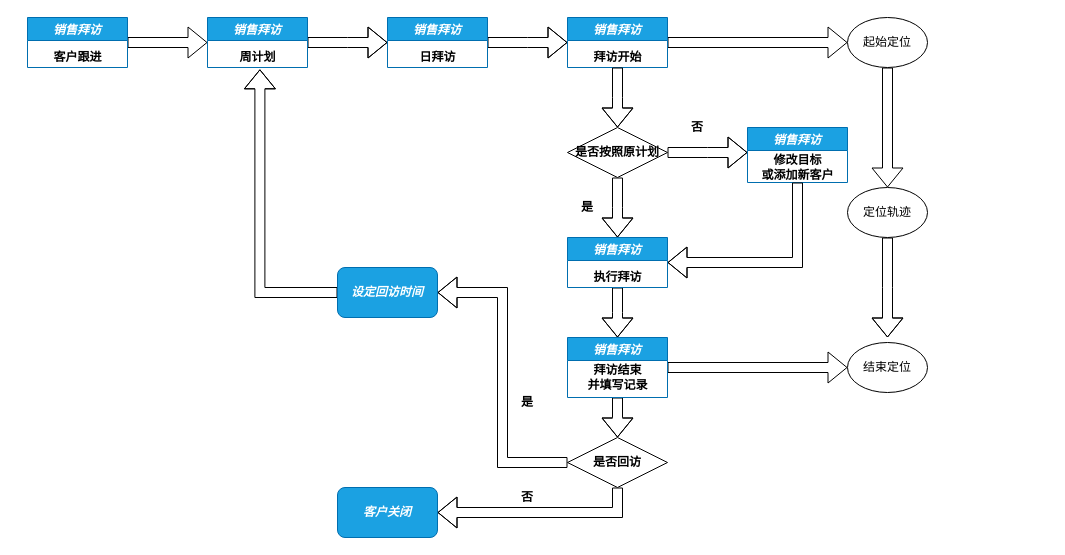
rosickyli/Oracle_function keeps this draw.io diagram as page "销售拜访" (3 of 3) of Untitled Diagram.drawio. Above is the earlier version. Source tidied: cells renumbered, new cells numbered last; positions are measured from the earlier drawing's top-left corner, leaving out a move shared by most shapes. Both pictures are drawn from the tidied source at 100%, with x=0, y=0 at pixel (27, 17).
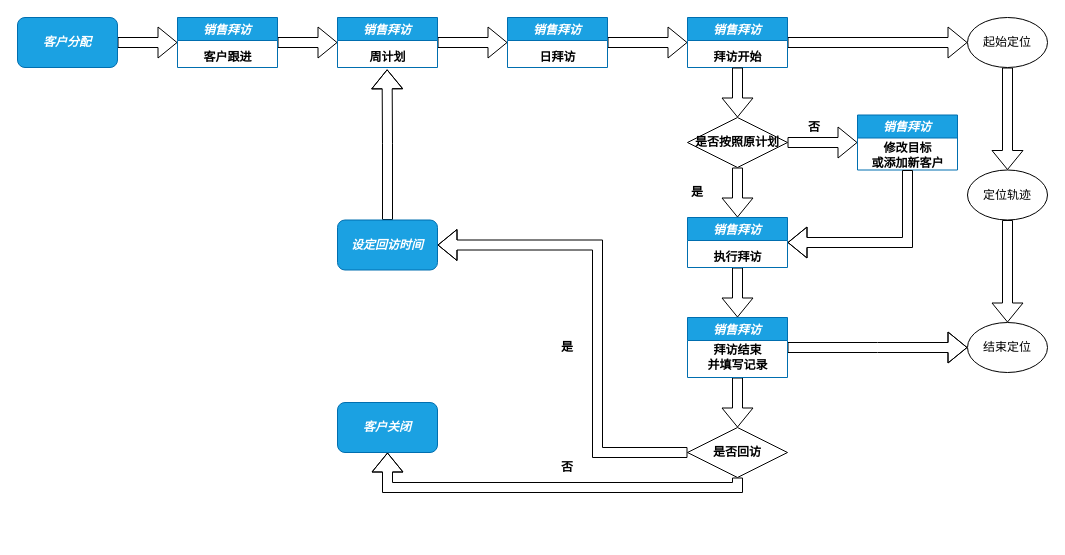
After the change.

Unchanged cells that the change refers to:
```xml
<mxCell id="10" value="&lt;span style=&quot;font-weight: 700&quot;&gt;拜访开始&lt;/span&gt;" style="text;html=1;align=center;verticalAlign=middle;points=[];strokeColor=none;fillColor=none;" parent="9" vertex="1">
  <mxGeometry x="20" y="30" width="60" height="20" as="geometry" />
</mxCell>
<mxCell id="16" value="&lt;b&gt;周计划&lt;/b&gt;" style="text;html=1;align=center;verticalAlign=middle;points=[];strokeColor=none;fillColor=none;" parent="15" vertex="1">
  <mxGeometry x="25" y="30" width="50" height="20" as="geometry" />
</mxCell>
<mxCell id="37" value="&lt;span style=&quot;font-weight: 700&quot;&gt;修改目标&lt;br&gt;或添加新客户&lt;br&gt;&lt;/span&gt;" style="text;html=1;align=center;verticalAlign=middle;points=[];strokeColor=none;fillColor=none;" parent="36" vertex="1">
  <mxGeometry x="5" y="25" width="90" height="30" as="geometry" />
</mxCell>
```

Change to the diagram source:
```diff
@@
     <mxCell id="3" value="销售拜访" style="swimlane;fontStyle=3;fillColor=#1ba1e2;strokeColor=#006EAF;fontColor=#ffffff;" parent="1" vertex="1">
-      <mxGeometry width="100" height="50" as="geometry" />
+      <mxGeometry x="150" width="100" height="50" as="geometry" />
     </mxCell>
@@
-    <mxCell id="5" style="edgeStyle=orthogonalEdgeStyle;shape=flexArrow;rounded=0;jettySize=auto;html=1;" parent="1" edge="1" source="6">
-      <mxGeometry relative="1" as="geometry">
-        <mxPoint x="540" y="25" as="targetPoint" />
-      </mxGeometry>
+    <mxCell id="5" style="edgeStyle=orthogonalEdgeStyle;shape=flexArrow;rounded=0;jettySize=auto;html=1;entryX=0;entryY=0.5;entryDx=0;entryDy=0;" parent="1" edge="1" source="6" target="9">
+      <mxGeometry relative="1" as="geometry" />
     </mxCell>
     <mxCell id="6" value="销售拜访" style="swimlane;fontStyle=3;fillColor=#1ba1e2;strokeColor=#006EAF;fontColor=#ffffff;" parent="1" vertex="1">
-      <mxGeometry x="360" width="100" height="50" as="geometry" />
+      <mxGeometry x="480" width="100" height="50" as="geometry" />
     </mxCell>
@@
     <mxCell id="9" value="销售拜访" style="swimlane;fontStyle=3;fillColor=#1ba1e2;strokeColor=#006EAF;fontColor=#ffffff;" parent="1" vertex="1">
-      <mxGeometry x="540" width="100" height="50" as="geometry" />
+      <mxGeometry x="660" width="100" height="50" as="geometry" />
     </mxCell>
@@
-    <mxCell id="11" style="edgeStyle=orthogonalEdgeStyle;shape=flexArrow;rounded=0;jettySize=auto;html=1;" parent="1" edge="1" source="12">
-      <mxGeometry relative="1" as="geometry">
-        <mxPoint x="590" y="320" as="targetPoint" />
-      </mxGeometry>
+    <mxCell id="11" style="edgeStyle=orthogonalEdgeStyle;shape=flexArrow;rounded=0;jettySize=auto;html=1;entryX=0.5;entryY=0;entryDx=0;entryDy=0;" parent="1" edge="1" source="12" target="24">
+      <mxGeometry relative="1" as="geometry" />
     </mxCell>
     <mxCell id="12" value="销售拜访" style="swimlane;fontStyle=3;fillColor=#1ba1e2;strokeColor=#006EAF;fontColor=#ffffff;" parent="1" vertex="1">
-      <mxGeometry x="540" y="220" width="100" height="50" as="geometry" />
+      <mxGeometry x="660" y="200" width="100" height="50" as="geometry" />
     </mxCell>
@@
-    <mxCell id="14" style="edgeStyle=orthogonalEdgeStyle;shape=flexArrow;rounded=0;jettySize=auto;html=1;" parent="1" edge="1" source="15">
-      <mxGeometry relative="1" as="geometry">
-        <mxPoint x="360" y="25" as="targetPoint" />
-      </mxGeometry>
+    <mxCell id="14" style="edgeStyle=orthogonalEdgeStyle;shape=flexArrow;rounded=0;jettySize=auto;html=1;entryX=0;entryY=0.5;entryDx=0;entryDy=0;" parent="1" edge="1" source="15" target="6">
+      <mxGeometry relative="1" as="geometry" />
     </mxCell>
     <mxCell id="15" value="销售拜访" style="swimlane;fontStyle=3;fillColor=#1ba1e2;strokeColor=#006EAF;fontColor=#ffffff;" parent="1" vertex="1">
-      <mxGeometry x="180" width="100" height="50" as="geometry" />
+      <mxGeometry x="310" width="100" height="50" as="geometry" />
     </mxCell>
@@
-    <mxCell id="17" style="edgeStyle=orthogonalEdgeStyle;shape=flexArrow;rounded=0;jettySize=auto;html=1;" parent="1" edge="1" source="19">
-      <mxGeometry relative="1" as="geometry">
-        <mxPoint x="590" y="220" as="targetPoint" />
-      </mxGeometry>
-    </mxCell>
-    <mxCell id="18" style="edgeStyle=orthogonalEdgeStyle;shape=flexArrow;rounded=0;jettySize=auto;html=1;" parent="1" edge="1" source="19">
-      <mxGeometry relative="1" as="geometry">
-        <mxPoint x="720" y="135" as="targetPoint" />
-      </mxGeometry>
+    <mxCell id="18" style="edgeStyle=orthogonalEdgeStyle;shape=flexArrow;rounded=0;jettySize=auto;html=1;entryX=0;entryY=0.5;entryDx=0;entryDy=0;" parent="1" edge="1" source="19" target="36">
+      <mxGeometry relative="1" as="geometry" />
     </mxCell>
+    <mxCell id="43" style="edgeStyle=orthogonalEdgeStyle;shape=flexArrow;rounded=0;jettySize=auto;html=1;entryX=0.5;entryY=0;entryDx=0;entryDy=0;" parent="1" edge="1" source="19" target="12">
+      <mxGeometry relative="1" as="geometry" />
+    </mxCell>
     <mxCell id="19" value="&lt;b&gt;是否按照原计划&lt;/b&gt;" style="rhombus;whiteSpace=wrap;html=1;" parent="1" vertex="1">
-      <mxGeometry x="540" y="110" width="100" height="50" as="geometry" />
+      <mxGeometry x="660" y="100" width="100" height="50" as="geometry" />
     </mxCell>
-    <mxCell id="20" style="edgeStyle=orthogonalEdgeStyle;shape=flexArrow;rounded=0;jettySize=auto;html=1;" parent="1" edge="1" source="10">
-      <mxGeometry relative="1" as="geometry">
-        <mxPoint x="590" y="110" as="targetPoint" />
-      </mxGeometry>
+    <mxCell id="20" style="edgeStyle=orthogonalEdgeStyle;shape=flexArrow;rounded=0;jettySize=auto;html=1;entryX=0.5;entryY=0;entryDx=0;entryDy=0;" parent="1" edge="1" source="10" target="19">
+      <mxGeometry relative="1" as="geometry" />
     </mxCell>
     <mxCell id="21" value="&lt;b&gt;是&lt;/b&gt;" style="text;html=1;strokeColor=none;fillColor=none;align=center;verticalAlign=middle;whiteSpace=wrap;rounded=0;" parent="1" vertex="1">
-      <mxGeometry x="540" y="180" width="40" height="20" as="geometry" />
+      <mxGeometry x="650" y="165" width="40" height="20" as="geometry" />
     </mxCell>
-    <mxCell id="22" style="edgeStyle=orthogonalEdgeStyle;shape=flexArrow;rounded=0;jettySize=auto;html=1;" parent="1" edge="1" source="24" target="28">
-      <mxGeometry relative="1" as="geometry" />
+    <mxCell id="22" style="edgeStyle=orthogonalEdgeStyle;shape=flexArrow;rounded=0;jettySize=auto;html=1;exitX=1;exitY=0.5;exitDx=0;exitDy=0;entryX=0;entryY=0.5;entryDx=0;entryDy=0;" parent="1" edge="1" source="24" target="28">
+      <mxGeometry relative="1" as="geometry">
+        <Array as="points">
+          <mxPoint x="850" y="330" />
+          <mxPoint x="850" y="330" />
+        </Array>
+      </mxGeometry>
     </mxCell>
-    <mxCell id="23" style="edgeStyle=orthogonalEdgeStyle;shape=flexArrow;rounded=0;jettySize=auto;html=1;" parent="1" edge="1" source="24">
-      <mxGeometry relative="1" as="geometry">
-        <mxPoint x="590" y="420" as="targetPoint" />
-      </mxGeometry>
+    <mxCell id="23" style="edgeStyle=orthogonalEdgeStyle;shape=flexArrow;rounded=0;jettySize=auto;html=1;entryX=0.5;entryY=0;entryDx=0;entryDy=0;" parent="1" edge="1" source="24" target="31">
+      <mxGeometry relative="1" as="geometry" />
     </mxCell>
     <mxCell id="24" value="销售拜访" style="swimlane;fontStyle=3;fillColor=#1ba1e2;strokeColor=#006EAF;fontColor=#ffffff;startSize=23;" parent="1" vertex="1">
-      <mxGeometry x="540" y="320" width="100" height="60" as="geometry" />
+      <mxGeometry x="660" y="300" width="100" height="60" as="geometry" />
     </mxCell>
@@
     <mxCell id="27" value="起始定位" style="ellipse;whiteSpace=wrap;html=1;" parent="1" vertex="1">
-      <mxGeometry x="820" width="80" height="50" as="geometry" />
+      <mxGeometry x="940" width="80" height="50" as="geometry" />
     </mxCell>
     <mxCell id="28" value="结束定位" style="ellipse;whiteSpace=wrap;html=1;" parent="1" vertex="1">
-      <mxGeometry x="820" y="325" width="80" height="50" as="geometry" />
+      <mxGeometry x="940" y="305" width="80" height="50" as="geometry" />
     </mxCell>
     <mxCell id="29" style="edgeStyle=orthogonalEdgeStyle;shape=flexArrow;rounded=0;jettySize=auto;html=1;entryX=1;entryY=0.5;entryDx=0;entryDy=0;" parent="1" edge="1" source="31" target="33">
-      <mxGeometry relative="1" as="geometry" />
+      <mxGeometry relative="1" as="geometry">
+        <Array as="points">
+          <mxPoint x="570" y="435" />
+          <mxPoint x="570" y="228" />
+        </Array>
+      </mxGeometry>
     </mxCell>
-    <mxCell id="30" style="edgeStyle=orthogonalEdgeStyle;shape=flexArrow;rounded=0;jettySize=auto;html=1;entryX=1;entryY=0.5;entryDx=0;entryDy=0;" parent="1" edge="1" source="31" target="34">
+    <mxCell id="30" style="edgeStyle=orthogonalEdgeStyle;shape=flexArrow;rounded=0;jettySize=auto;html=1;entryX=0.5;entryY=1;entryDx=0;entryDy=0;" parent="1" edge="1" source="31" target="34">
       <mxGeometry relative="1" as="geometry">
         <Array as="points">
-          <mxPoint x="590" y="495" />
+          <mxPoint x="710" y="470" />
+          <mxPoint x="360" y="470" />
         </Array>
       </mxGeometry>
     </mxCell>
     <mxCell id="31" value="&lt;b&gt;是否回访&lt;/b&gt;" style="rhombus;whiteSpace=wrap;html=1;" parent="1" vertex="1">
-      <mxGeometry x="540" y="420" width="100" height="50" as="geometry" />
+      <mxGeometry x="660" y="410" width="100" height="50" as="geometry" />
     </mxCell>
-    <mxCell id="32" style="edgeStyle=orthogonalEdgeStyle;shape=flexArrow;rounded=0;jettySize=auto;html=1;entryX=0.548;entryY=1.09;entryDx=0;entryDy=0;entryPerimeter=0;" parent="1" edge="1" source="33" target="16">
+    <mxCell id="32" style="edgeStyle=orthogonalEdgeStyle;shape=flexArrow;rounded=0;jettySize=auto;html=1;entryX=0.492;entryY=1.09;entryDx=0;entryDy=0;entryPerimeter=0;" parent="1" edge="1" source="33" target="16">
       <mxGeometry relative="1" as="geometry" />
     </mxCell>
     <mxCell id="33" value="设定回访时间" style="rounded=1;whiteSpace=wrap;html=1;fontColor=#ffffff;fillColor=#1ba1e2;strokeColor=#006EAF;fontStyle=3;" parent="1" vertex="1">
-      <mxGeometry x="310" y="250" width="100" height="50" as="geometry" />
+      <mxGeometry x="310" y="202.5" width="100" height="50" as="geometry" />
     </mxCell>
     <mxCell id="34" value="客户关闭" style="rounded=1;whiteSpace=wrap;html=1;fontColor=#ffffff;fillColor=#1ba1e2;strokeColor=#006EAF;fontStyle=3;" parent="1" vertex="1">
-      <mxGeometry x="310" y="470" width="100" height="50" as="geometry" />
+      <mxGeometry x="310" y="385" width="100" height="50" as="geometry" />
     </mxCell>
     <mxCell id="35" value="&lt;b&gt;是&lt;/b&gt;" style="text;html=1;strokeColor=none;fillColor=none;align=center;verticalAlign=middle;whiteSpace=wrap;rounded=0;" parent="1" vertex="1">
-      <mxGeometry x="480" y="375" width="40" height="20" as="geometry" />
+      <mxGeometry x="520" y="320" width="40" height="20" as="geometry" />
     </mxCell>
     <mxCell id="36" value="销售拜访" style="swimlane;fontStyle=3;fillColor=#1ba1e2;strokeColor=#006EAF;fontColor=#ffffff;" parent="1" vertex="1">
-      <mxGeometry x="720" y="110" width="100" height="55" as="geometry" />
+      <mxGeometry x="830" y="97.5" width="100" height="55" as="geometry" />
     </mxCell>
@@
     <mxCell id="38" value="&lt;b&gt;否&lt;/b&gt;" style="text;html=1;strokeColor=none;fillColor=none;align=center;verticalAlign=middle;whiteSpace=wrap;rounded=0;" parent="1" vertex="1">
-      <mxGeometry x="650" y="100" width="40" height="20" as="geometry" />
+      <mxGeometry x="767" y="100" width="40" height="20" as="geometry" />
     </mxCell>
     <mxCell id="39" value="&lt;b&gt;否&lt;/b&gt;" style="text;html=1;strokeColor=none;fillColor=none;align=center;verticalAlign=middle;whiteSpace=wrap;rounded=0;" parent="1" vertex="1">
-      <mxGeometry x="480" y="470" width="40" height="20" as="geometry" />
+      <mxGeometry x="520" y="440" width="40" height="20" as="geometry" />
     </mxCell>
-    <mxCell id="40" style="edgeStyle=orthogonalEdgeStyle;shape=flexArrow;rounded=0;jettySize=auto;html=1;" parent="1" edge="1" source="41">
-      <mxGeometry relative="1" as="geometry">
-        <mxPoint x="860" y="320" as="targetPoint" />
-      </mxGeometry>
+    <mxCell id="40" style="edgeStyle=orthogonalEdgeStyle;shape=flexArrow;rounded=0;jettySize=auto;html=1;entryX=0.5;entryY=0;entryDx=0;entryDy=0;" parent="1" edge="1" source="41" target="28">
+      <mxGeometry relative="1" as="geometry" />
     </mxCell>
     <mxCell id="41" value="定位轨迹" style="ellipse;whiteSpace=wrap;html=1;" parent="1" vertex="1">
-      <mxGeometry x="820" y="170" width="80" height="50" as="geometry" />
+      <mxGeometry x="940" y="152.5" width="80" height="50" as="geometry" />
     </mxCell>
     <mxCell id="42" style="edgeStyle=orthogonalEdgeStyle;shape=flexArrow;rounded=0;jettySize=auto;html=1;entryX=1;entryY=0.5;entryDx=0;entryDy=0;" parent="1" edge="1" source="37" target="12">
       <mxGeometry relative="1" as="geometry">
         <Array as="points">
-          <mxPoint x="770" y="245" />
+          <mxPoint x="880" y="225" />
         </Array>
       </mxGeometry>
     </mxCell>
+    <mxCell id="44" style="edgeStyle=orthogonalEdgeStyle;shape=flexArrow;rounded=0;orthogonalLoop=1;jettySize=auto;html=1;" parent="1" edge="1">
+      <mxGeometry relative="1" as="geometry">
+        <mxPoint x="90" y="25" as="sourcePoint" />
+        <mxPoint x="150" y="25" as="targetPoint" />
+      </mxGeometry>
+    </mxCell>
+    <mxCell id="45" value="客户分配" style="rounded=1;whiteSpace=wrap;html=1;fontColor=#ffffff;fillColor=#1ba1e2;strokeColor=#006EAF;fontStyle=3;" parent="1" vertex="1">
+      <mxGeometry x="-10" width="100" height="50" as="geometry" />
+    </mxCell>
```
